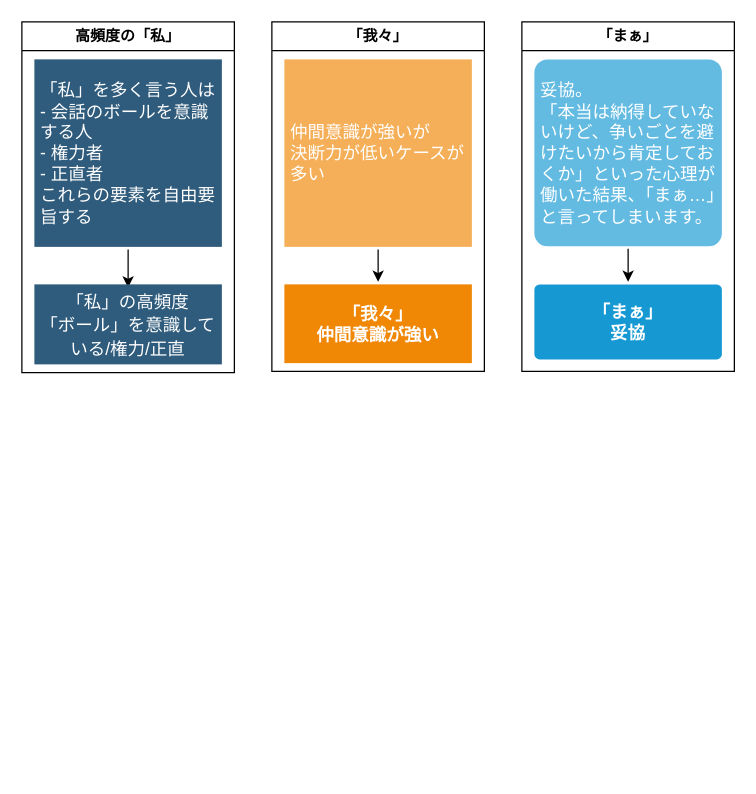
This is page "words" (3 of 3) of psy/read.drawio from minegishirei/draw_v1, a draw.io file, before an edit. Source tidied: cells renumbered, new cells numbered last; positions are measured from the earlier drawing's top-left corner, leaving out a move shared by most shapes. Both pictures are drawn from the tidied source at 125%, with x=0, y=0 at pixel (21, 21).
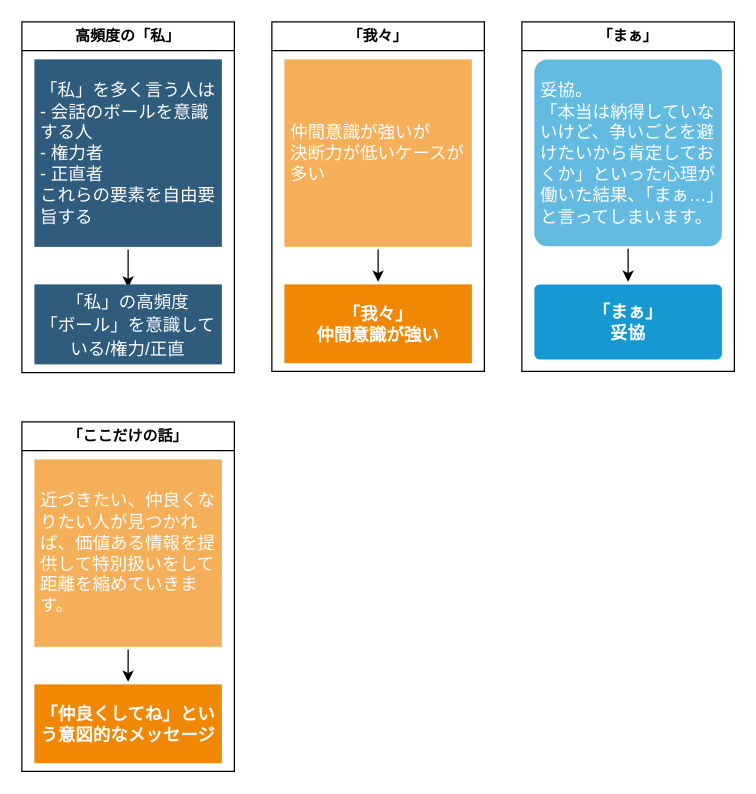
Above is the later version.

Commit message (it also covers changes not shown here):
read.drawio を更新します

What changed in the source:
```diff
@@
 <mxGraphModel>
   <root>
     <mxCell id="0" />
     <mxCell id="1" parent="0" />
     <mxCell id="2" value="高頻度の「私」" style="swimlane;whiteSpace=wrap;html=1;" parent="1" vertex="1">
       <mxGeometry width="170" height="280.5" as="geometry" />
     </mxCell>
     <mxCell id="3" style="edgeStyle=orthogonalEdgeStyle;rounded=0;orthogonalLoop=1;jettySize=auto;html=1;entryX=0.5;entryY=0;entryDx=0;entryDy=0;" parent="2" edge="1">
       <mxGeometry relative="1" as="geometry">
         <mxPoint x="85" y="182" as="sourcePoint" />
         <mxPoint x="85" y="212.5" as="targetPoint" />
       </mxGeometry>
     </mxCell>
     <mxCell id="4" value="&lt;div style=&quot;border-color: var(--border-color);&quot;&gt;&lt;div style=&quot;border-color: var(--border-color);&quot;&gt;「私」を多く言う人は&lt;/div&gt;&lt;div style=&quot;border-color: var(--border-color);&quot;&gt;- 会話のボールを意識する人&lt;/div&gt;&lt;div style=&quot;border-color: var(--border-color);&quot;&gt;- 権力者&lt;/div&gt;&lt;div style=&quot;border-color: var(--border-color);&quot;&gt;- 正直者&lt;/div&gt;&lt;div style=&quot;border-color: var(--border-color);&quot;&gt;これらの要素を自由要旨する&lt;/div&gt;&lt;/div&gt;" style="rounded=1;whiteSpace=wrap;html=1;shadow=0;labelBackgroundColor=none;strokeColor=none;strokeWidth=3;fillColor=#2F5B7C;fontFamily=Helvetica;fontSize=14;fontColor=#FFFFFF;align=left;spacing=5;arcSize=0;perimeterSpacing=2;" parent="2" vertex="1">
       <mxGeometry x="10" y="30" width="150" height="150" as="geometry" />
     </mxCell>
     <mxCell id="5" value="&lt;span style=&quot;font-size: 14px; font-weight: 400;&quot;&gt;「私」の高頻度&lt;/span&gt;&lt;div&gt;&lt;span style=&quot;font-size: 14px; font-weight: 400;&quot;&gt;「ボール」を意識している/権力/正直&lt;/span&gt;&lt;br&gt;&lt;/div&gt;" style="rounded=1;whiteSpace=wrap;html=1;shadow=0;labelBackgroundColor=none;strokeColor=none;strokeWidth=3;fillColor=#2F5B7C;fontFamily=Helvetica;fontSize=16;fontColor=#FFFFFF;align=center;fontStyle=1;spacing=5;arcSize=0;perimeterSpacing=2;" parent="2" vertex="1">
       <mxGeometry x="10" y="210" width="150" height="64" as="geometry" />
     </mxCell>
     <mxCell id="6" value="「我々」" style="swimlane;whiteSpace=wrap;html=1;" parent="1" vertex="1">
       <mxGeometry x="200" width="170" height="279.5" as="geometry" />
     </mxCell>
     <mxCell id="7" value="&lt;div&gt;「我々」&lt;/div&gt;仲間意識が強い" style="rounded=1;whiteSpace=wrap;html=1;shadow=0;labelBackgroundColor=none;strokeColor=none;strokeWidth=3;fillColor=#F08705;fontFamily=Helvetica;fontSize=14;fontColor=#FFFFFF;align=center;spacing=5;fontStyle=1;arcSize=0;perimeterSpacing=2;" parent="6" vertex="1">
       <mxGeometry x="10" y="210" width="150" height="63" as="geometry" />
     </mxCell>
     <mxCell id="8" style="edgeStyle=orthogonalEdgeStyle;rounded=0;jettySize=auto;html=1;" parent="6" edge="1" source="9" target="7">
       <mxGeometry relative="1" as="geometry" />
     </mxCell>
     <mxCell id="9" value="仲間意識が強いが&lt;div&gt;決断力が低いケースが多い&lt;/div&gt;" style="rounded=1;whiteSpace=wrap;html=1;shadow=0;labelBackgroundColor=none;strokeColor=none;strokeWidth=3;fillColor=#f5af58;fontFamily=Helvetica;fontSize=14;fontColor=#FFFFFF;align=left;spacing=5;arcSize=0;perimeterSpacing=2;" parent="6" vertex="1">
       <mxGeometry x="10" y="30" width="150" height="150" as="geometry" />
     </mxCell>
     <mxCell id="10" value="「まぁ」" style="swimlane;whiteSpace=wrap;html=1;" parent="1" vertex="1">
       <mxGeometry x="400" width="170" height="279.5" as="geometry" />
     </mxCell>
     <mxCell id="11" value="「まぁ」&lt;br&gt;&lt;div&gt;妥協&lt;/div&gt;" style="rounded=1;whiteSpace=wrap;html=1;shadow=0;labelBackgroundColor=none;strokeColor=none;strokeWidth=3;fillColor=#1699d3;fontFamily=Helvetica;fontSize=14;fontColor=#FFFFFF;align=center;spacing=5;fontStyle=1;arcSize=7;perimeterSpacing=2;" parent="10" vertex="1">
       <mxGeometry x="10" y="210" width="150" height="60" as="geometry" />
     </mxCell>
     <mxCell id="12" style="edgeStyle=orthogonalEdgeStyle;rounded=0;jettySize=auto;html=1;entryX=0.5;entryY=0;entryDx=0;entryDy=0;" parent="10" edge="1" source="13" target="11">
       <mxGeometry relative="1" as="geometry" />
     </mxCell>
     <mxCell id="13" value="&lt;div&gt;妥協。&lt;/div&gt;&lt;div&gt;「本当は納得していないけど、争いごとを避けたいから肯定しておくか」といった心理が働いた結果、「まぁ…」と言ってしまいます。&lt;/div&gt;" style="rounded=1;whiteSpace=wrap;html=1;shadow=0;labelBackgroundColor=none;strokeColor=none;strokeWidth=3;fillColor=#64bbe2;fontFamily=Helvetica;fontSize=14;fontColor=#FFFFFF;align=left;spacing=5;arcSize=7;perimeterSpacing=2;" parent="10" vertex="1">
       <mxGeometry x="10" y="30" width="150" height="149.5" as="geometry" />
     </mxCell>
+    <mxCell id="14" value="「ここだけの話」" style="swimlane;whiteSpace=wrap;html=1;" parent="1" vertex="1">
+      <mxGeometry y="320" width="170" height="279.5" as="geometry" />
+    </mxCell>
+    <mxCell id="15" value="「仲良くしてね」という意図的なメッセージ&lt;div&gt;&lt;/div&gt;" style="rounded=1;whiteSpace=wrap;html=1;shadow=0;labelBackgroundColor=none;strokeColor=none;strokeWidth=3;fillColor=#F08705;fontFamily=Helvetica;fontSize=14;fontColor=#FFFFFF;align=center;spacing=5;fontStyle=1;arcSize=0;perimeterSpacing=2;" parent="14" vertex="1">
+      <mxGeometry x="10" y="210" width="150" height="63" as="geometry" />
+    </mxCell>
+    <mxCell id="16" style="edgeStyle=orthogonalEdgeStyle;rounded=0;jettySize=auto;html=1;" parent="14" edge="1" source="17" target="15">
+      <mxGeometry relative="1" as="geometry" />
+    </mxCell>
+    <mxCell id="17" value="近づきたい、仲良くなりたい人が見つかれば、価値ある情報を提供して特別扱いをして距離を縮めていきます。" style="rounded=1;whiteSpace=wrap;html=1;shadow=0;labelBackgroundColor=none;strokeColor=none;strokeWidth=3;fillColor=#f5af58;fontFamily=Helvetica;fontSize=14;fontColor=#FFFFFF;align=left;spacing=5;arcSize=0;perimeterSpacing=2;" parent="14" vertex="1">
+      <mxGeometry x="10" y="30" width="150" height="150" as="geometry" />
+    </mxCell>
   </root>
 </mxGraphModel>
```
